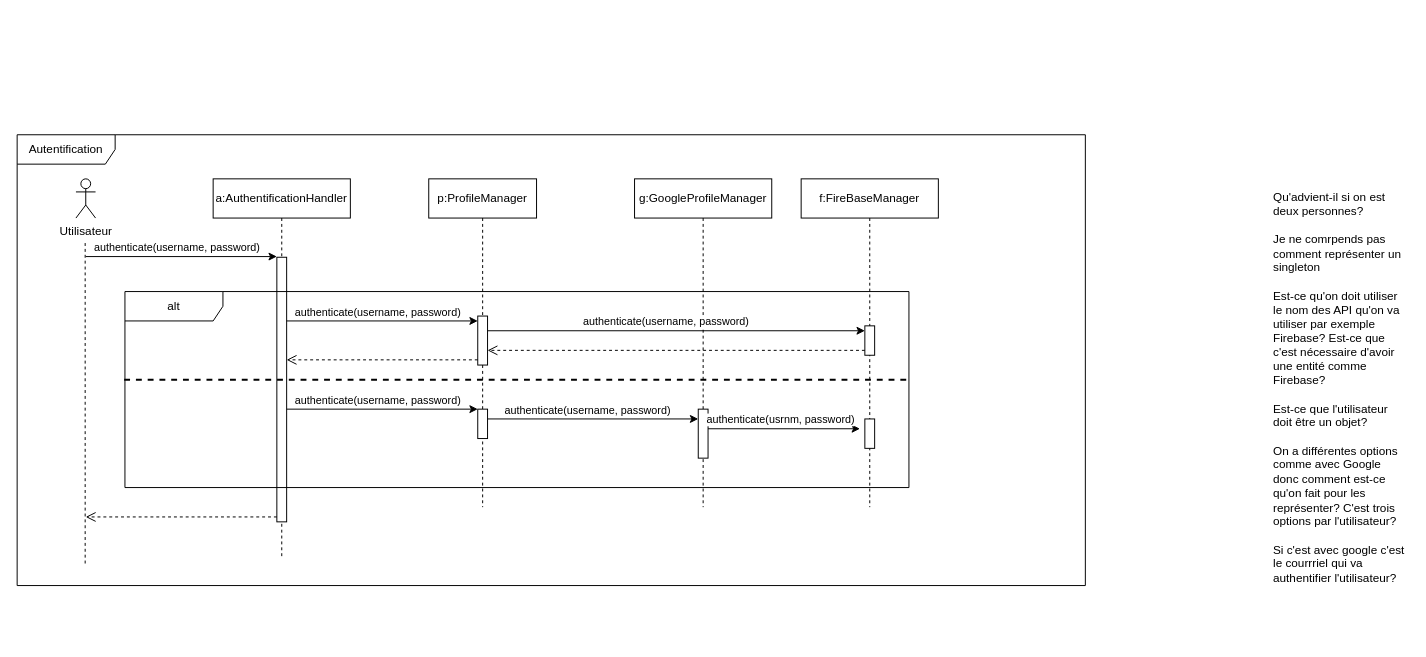
Earlier version of the draw.io diagram page "Diagrammes de séquences" (2 of 2) of doc/diagramme-cas-utilisation.drawio (margielamob/Cherches-Trouves-Gagnes). Source tidied: cells renumbered, new cells numbered last; positions are measured from the earlier drawing's top-left corner, leaving out a move shared by most shapes. Both pictures are drawn from the tidied source at 98%, with x=0, y=0 at pixel (17, 134).
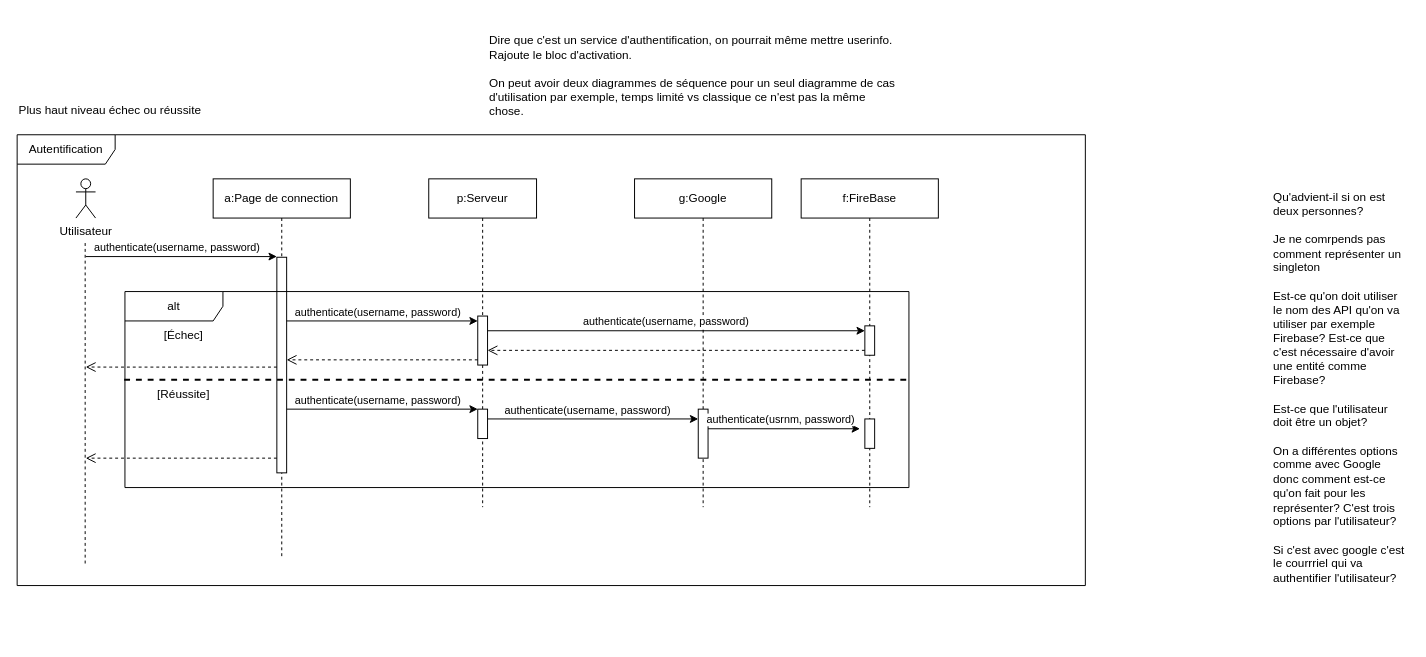
The same page after the edit.

Change to the diagram source:
```diff
@@
-    <mxCell id="2" value="a:AuthentificationHandler" style="shape=umlLifeline;perimeter=lifelinePerimeter;whiteSpace=wrap;html=1;newEdgeStyle={&quot;edgeStyle&quot;:&quot;elbowEdgeStyle&quot;,&quot;elbow&quot;:&quot;vertical&quot;,&quot;curved&quot;:0,&quot;rounded&quot;:0};" parent="1" vertex="1">
+    <mxCell id="2" value="a:Page de connection" style="shape=umlLifeline;perimeter=lifelinePerimeter;whiteSpace=wrap;html=1;newEdgeStyle={&quot;edgeStyle&quot;:&quot;elbowEdgeStyle&quot;,&quot;elbow&quot;:&quot;vertical&quot;,&quot;curved&quot;:0,&quot;rounded&quot;:0};" parent="1" vertex="1">
       <mxGeometry x="200" y="45" width="140" height="385" as="geometry" />
     </mxCell>
     <mxCell id="3" style="html=1;points=[];perimeter=orthogonalPerimeter;outlineConnect=0;targetShapes=umlLifeline;portConstraint=eastwest;newEdgeStyle={&quot;edgeStyle&quot;:&quot;elbowEdgeStyle&quot;,&quot;elbow&quot;:&quot;vertical&quot;,&quot;curved&quot;:0,&quot;rounded&quot;:0};" parent="2" vertex="1">
-      <mxGeometry x="65" y="80" width="10" height="270" as="geometry" />
+      <mxGeometry x="65" y="80" width="10" height="220" as="geometry" />
     </mxCell>
-    <mxCell id="4" value="p:ProfileManager" style="shape=umlLifeline;perimeter=lifelinePerimeter;whiteSpace=wrap;html=1;newEdgeStyle={&quot;edgeStyle&quot;:&quot;elbowEdgeStyle&quot;,&quot;elbow&quot;:&quot;vertical&quot;,&quot;curved&quot;:0,&quot;rounded&quot;:0};" parent="1" vertex="1">
+    <mxCell id="4" value="p:Serveur" style="shape=umlLifeline;perimeter=lifelinePerimeter;whiteSpace=wrap;html=1;newEdgeStyle={&quot;edgeStyle&quot;:&quot;elbowEdgeStyle&quot;,&quot;elbow&quot;:&quot;vertical&quot;,&quot;curved&quot;:0,&quot;rounded&quot;:0};" parent="1" vertex="1">
       <mxGeometry x="420" y="45" width="110" height="335" as="geometry" />
     </mxCell>
@@
     <mxCell id="15" style="html=1;verticalAlign=bottom;endArrow=open;dashed=1;endSize=8;curved=0;rounded=0;" parent="1" edge="1" source="3">
       <mxGeometry relative="1" as="geometry">
-        <mxPoint x="70" y="390" as="targetPoint" />
+        <mxPoint x="70" y="330" as="targetPoint" />
       </mxGeometry>
     </mxCell>
@@
-    <mxCell id="17" value="g:GoogleProfileManager" style="shape=umlLifeline;perimeter=lifelinePerimeter;whiteSpace=wrap;html=1;newEdgeStyle={&quot;edgeStyle&quot;:&quot;elbowEdgeStyle&quot;,&quot;elbow&quot;:&quot;vertical&quot;,&quot;curved&quot;:0,&quot;rounded&quot;:0};" parent="1" vertex="1">
+    <mxCell id="17" value="g:Google" style="shape=umlLifeline;perimeter=lifelinePerimeter;whiteSpace=wrap;html=1;newEdgeStyle={&quot;edgeStyle&quot;:&quot;elbowEdgeStyle&quot;,&quot;elbow&quot;:&quot;vertical&quot;,&quot;curved&quot;:0,&quot;rounded&quot;:0};" parent="1" vertex="1">
       <mxGeometry x="630" y="45" width="140" height="335" as="geometry" />
     </mxCell>
@@
-    <mxCell id="19" value="f:FireBaseManager" style="shape=umlLifeline;perimeter=lifelinePerimeter;whiteSpace=wrap;html=1;newEdgeStyle={&quot;edgeStyle&quot;:&quot;elbowEdgeStyle&quot;,&quot;elbow&quot;:&quot;vertical&quot;,&quot;curved&quot;:0,&quot;rounded&quot;:0};" parent="1" vertex="1">
+    <mxCell id="19" value="f:FireBase" style="shape=umlLifeline;perimeter=lifelinePerimeter;whiteSpace=wrap;html=1;newEdgeStyle={&quot;edgeStyle&quot;:&quot;elbowEdgeStyle&quot;,&quot;elbow&quot;:&quot;vertical&quot;,&quot;curved&quot;:0,&quot;rounded&quot;:0};" parent="1" vertex="1">
       <mxGeometry x="800" y="45" width="140" height="335" as="geometry" />
     </mxCell>
@@
+    <mxCell id="33" value="Plus haut niveau échec ou réussite" style="text;html=1;strokeColor=none;fillColor=none;align=center;verticalAlign=middle;whiteSpace=wrap;rounded=0;" parent="1" vertex="1">
+      <mxGeometry y="-40" width="190" height="30" as="geometry" />
+    </mxCell>
+    <mxCell id="34" value="[Échec]" style="text;html=1;strokeColor=none;fillColor=none;align=center;verticalAlign=middle;whiteSpace=wrap;rounded=0;" parent="1" vertex="1">
+      <mxGeometry x="140" y="190" width="60" height="30" as="geometry" />
+    </mxCell>
+    <mxCell id="35" value="[Réussite]" style="text;html=1;strokeColor=none;fillColor=none;align=center;verticalAlign=middle;whiteSpace=wrap;rounded=0;" parent="1" vertex="1">
+      <mxGeometry x="140" y="250" width="60" height="30" as="geometry" />
+    </mxCell>
+    <mxCell id="36" value="Dire que c'est un service d'authentification, on pourrait même mettre userinfo.&amp;nbsp;&lt;br&gt;Rajoute le bloc d'activation.&lt;br&gt;&lt;br&gt;&lt;div style=&quot;&quot;&gt;&lt;span style=&quot;background-color: initial;&quot;&gt;On peut avoir deux diagrammes de séquence pour un seul diagramme de cas d'utilisation par exemple, temps limité vs classique ce n'est pas la même chose.&lt;/span&gt;&lt;/div&gt;" style="text;html=1;strokeColor=none;fillColor=none;align=left;verticalAlign=middle;whiteSpace=wrap;rounded=0;" parent="1" vertex="1">
+      <mxGeometry x="480" y="-120" width="420" height="120" as="geometry" />
+    </mxCell>
+    <mxCell id="37" style="html=1;verticalAlign=bottom;endArrow=open;dashed=1;endSize=8;curved=0;rounded=0;" parent="1" edge="1" source="3">
+      <mxGeometry relative="1" as="geometry">
+        <mxPoint x="70" y="237" as="targetPoint" />
+        <Array as="points">
+          <mxPoint x="95" y="237.1" />
+        </Array>
+      </mxGeometry>
+    </mxCell>
```
